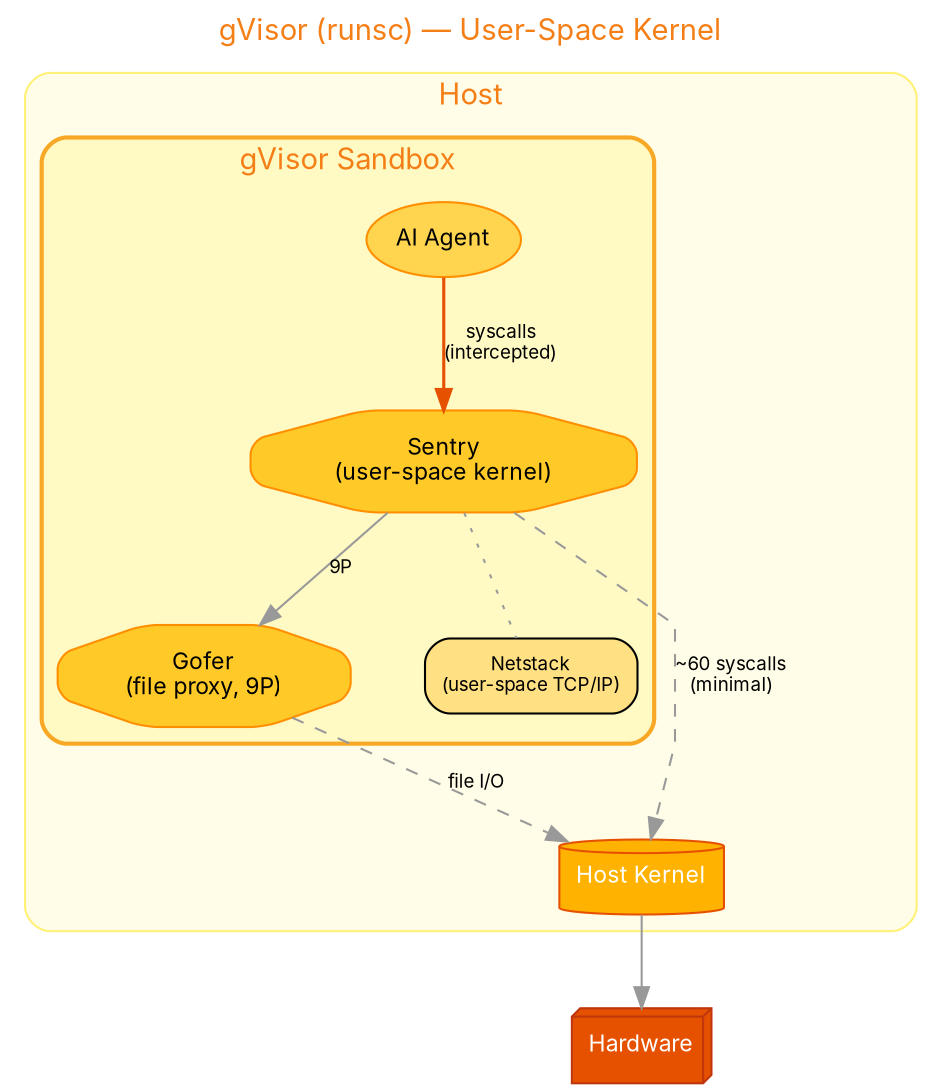
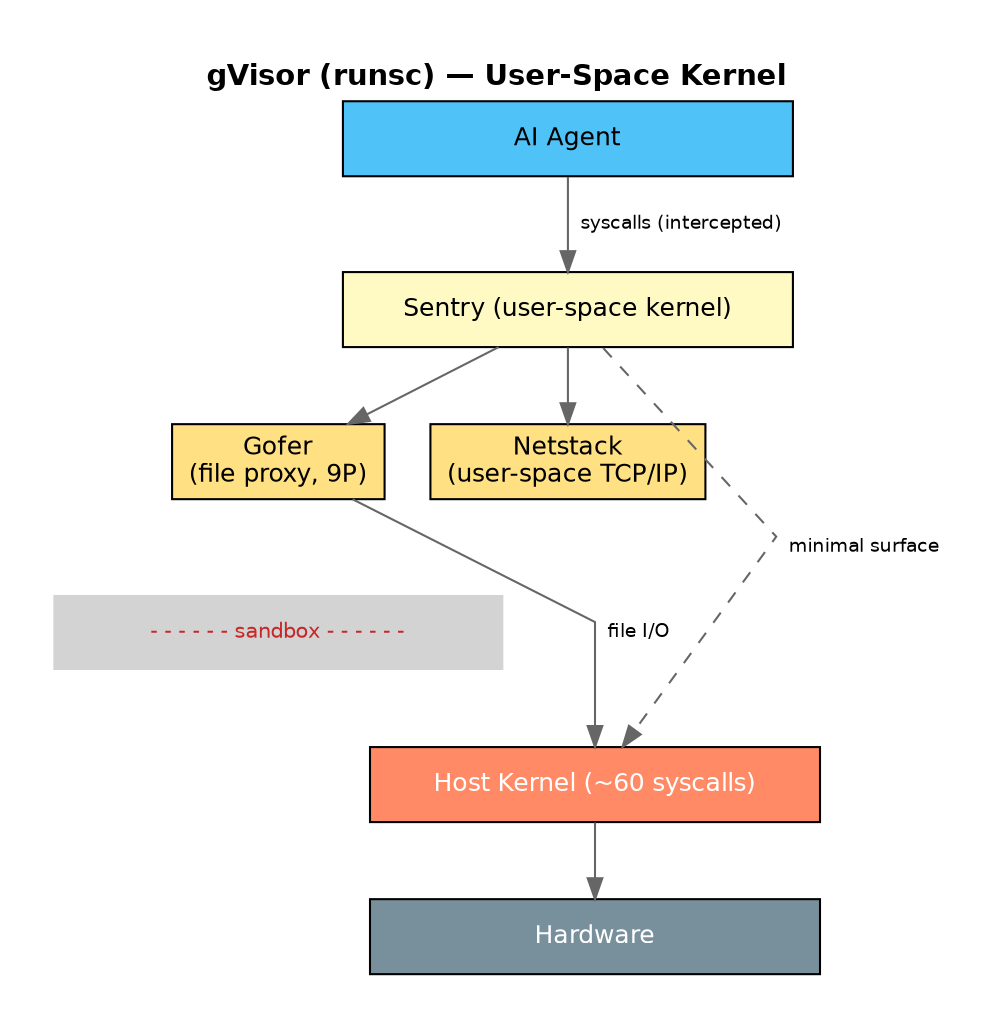
- digraph SandboxGVisor {
+ digraph GVisor {
  rankdir=TB;
-   splines=polyline;
-   nodesep=0.5;
-   ranksep=0.6;
+   splines=false;
+   nodesep=0.3;
+   ranksep=0.5;
  bgcolor="white";
+   margin=0.3;

-   node [shape=box, style="rounded,filled", fontname="Inter,Helvetica,Arial", fontsize=11];
-   edge [fontname="Inter,Helvetica,Arial", fontsize=9, color="#999999"];
+   node [shape=box, style="filled", fontname="Helvetica", fontsize=12, width=3, height=0.5];
+   edge [fontname="Helvetica", fontsize=9, color="#666666"];

  label="gVisor (runsc) — User-Space Kernel";
  labelloc=t;
  fontsize=14;
-   fontname="Inter,Helvetica,Arial";
-   fontcolor="#f57f17";
+   fontname="Helvetica-Bold";

-   subgraph cluster_host {
-     label="Host";
-     style="rounded,filled";
-     fillcolor="#fffde7";
-     color="#fff176";
+   agent [label="AI Agent", fillcolor="#4FC3F7"];
+   sentry [label="Sentry (user-space kernel)", fillcolor="#FFF9C4"];

-     subgraph cluster_gvisor {
-       label="gVisor Sandbox";
-       style="rounded,bold,filled";
-       fillcolor="#fff9c4";
-       color="#f9a825";
-       penwidth=2;
- 
-       agent [label="AI Agent", fillcolor="#ffd54f", color="#ff8f00", shape=ellipse];
- 
-       sentry [label="Sentry\n(user-space kernel)", fillcolor="#ffca28", color="#ff8f00", shape=octagon];
-       gofer [label="Gofer\n(file proxy, 9P)", fillcolor="#ffca28", color="#ff8f00", shape=octagon];
-       netstack [label="Netstack\n(user-space TCP/IP)", fillcolor="#ffe082", fontsize=9];
-     }
- 
-     host_kernel [label="Host Kernel", fillcolor="#ffb300", color="#e65100", shape=cylinder, fontcolor=white];
+   subgraph {
+     rank=same;
+     gofer [label="Gofer\n(file proxy, 9P)", fillcolor="#FFE082", width=1.4];
+     netstack [label="Netstack\n(user-space TCP/IP)", fillcolor="#FFE082", width=1.4];
  }

-   hw [label="Hardware", fillcolor="#e65100", fontcolor=white, color="#bf360c", shape=box3d];
+   sb_label [label="- - - - - - sandbox - - - - - -", shape=plaintext, fontsize=10, fontcolor="#C62828"];

-   agent -> sentry [label="syscalls\n(intercepted)", color="#e65100", penwidth=1.5];
-   sentry -> netstack [style=dotted, arrowhead=none];
-   sentry -> gofer [label="9P"];
-   sentry -> host_kernel [label="~60 syscalls\n(minimal)", style=dashed];
-   gofer -> host_kernel [label="file I/O", style=dashed];
-   host_kernel -> hw;
+   kernel [label="Host Kernel (~60 syscalls)", fillcolor="#FF8A65", fontcolor=white];
+   hw [label="Hardware", fillcolor="#78909C", fontcolor=white];
+ 
+   agent -> sentry [label="  syscalls (intercepted)"];
+   sentry -> gofer;
+   sentry -> netstack;
+   gofer -> sb_label [style=invis];
+   sb_label -> kernel [style=invis];
+   gofer -> kernel [label="  file I/O"];
+   sentry -> kernel [label="  minimal surface", style=dashed];
+   kernel -> hw;
}
